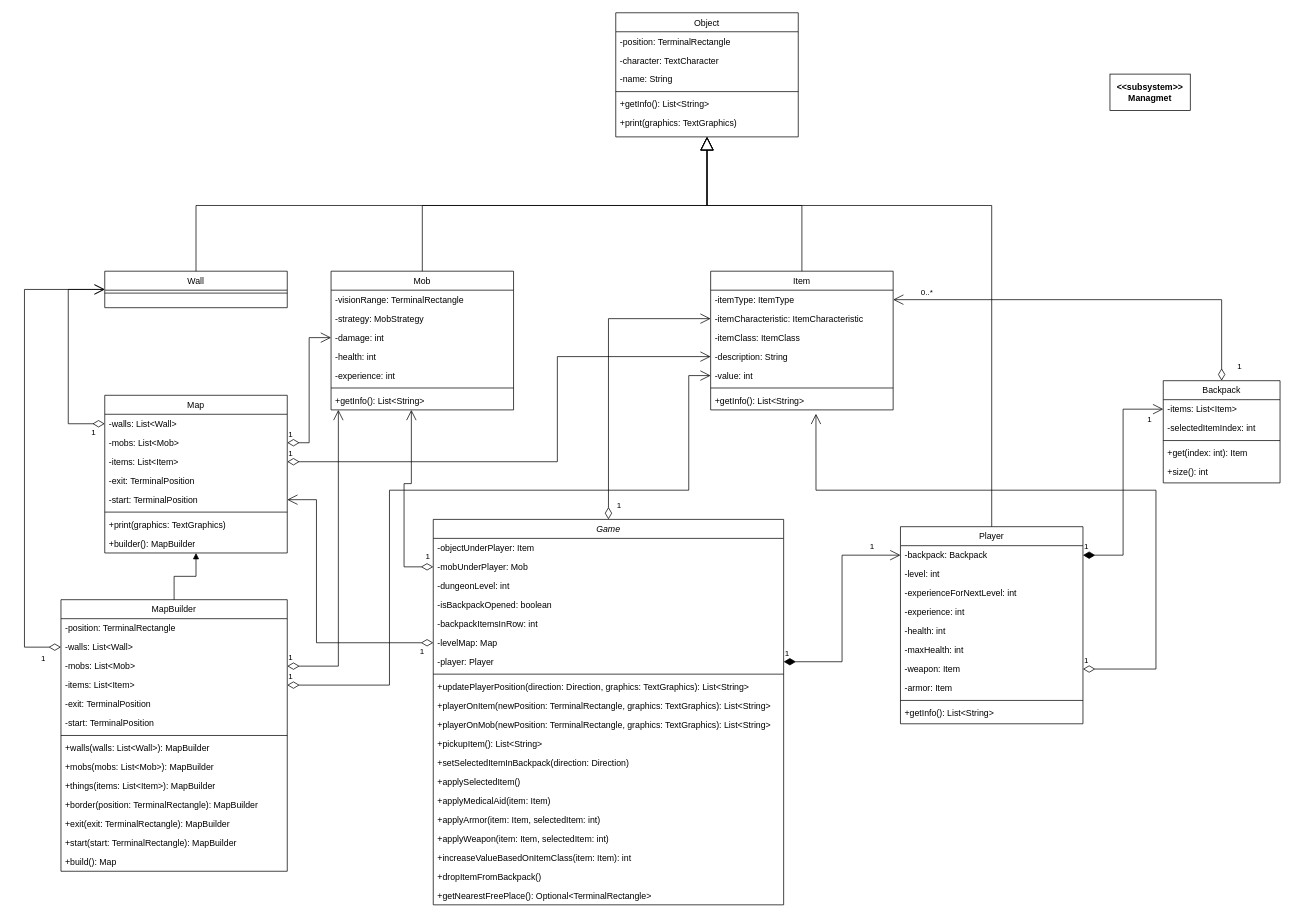
This is diagrams/class_logic.drawio from MeganDorian/Roguelike, a draw.io file, before an edit. Source tidied: cells renumbered, new cells numbered last; positions are measured from the earlier drawing's top-left corner, leaving out a move shared by most shapes. Both pictures are drawn from the tidied source at 73%, with x=0, y=0 at pixel (24, 12).
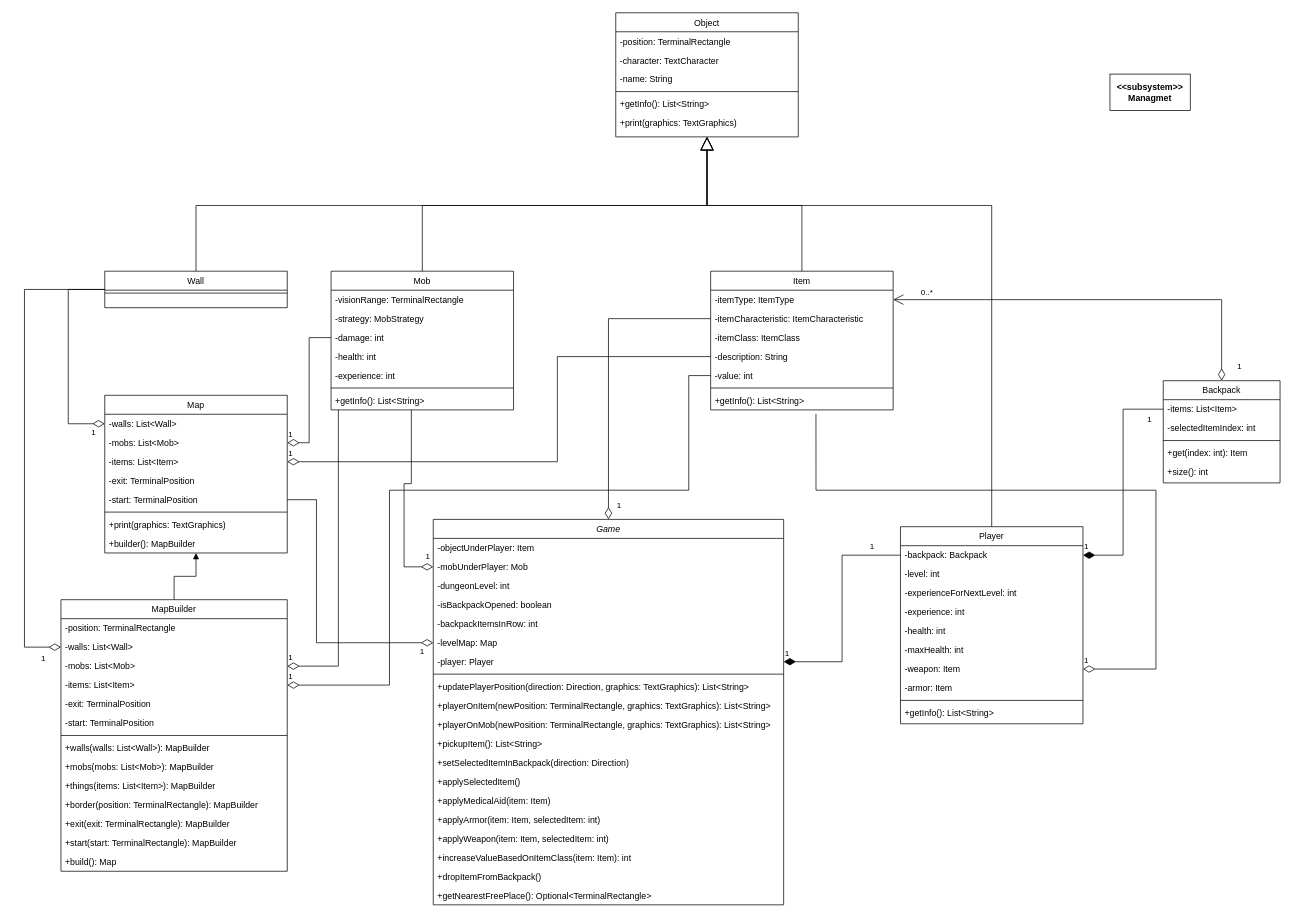
Above is the later version.

Commit message (it also covers changes not shown here):
docs: update class diagram

Unchanged cells that the change refers to:
```xml
<mxCell id="2" value="Game" style="swimlane;fontStyle=2;align=center;verticalAlign=top;horizontal=1;startSize=26;rounded=0;shadow=0;strokeWidth=1;" parent="1" vertex="1">
  <mxGeometry x="560" y="694" width="480" height="528" as="geometry" />
</mxCell>
<mxCell id="4" value="-mobUnderPlayer: Mob" style="text;align=left;verticalAlign=top;spacingLeft=4;spacingRight=4;overflow=hidden;points=[[0,0.5],[1,0.5]];portConstraint=eastwest;rounded=0;shadow=0;html=0;" parent="2" vertex="1">
  <mxGeometry y="52" width="480" height="26" as="geometry" />
</mxCell>
<mxCell id="8" value="-levelMap: Map" style="text;align=left;verticalAlign=top;spacingLeft=4;spacingRight=4;overflow=hidden;points=[[0,0.5],[1,0.5]];portConstraint=eastwest;rounded=0;shadow=0;html=0;" parent="2" vertex="1">
  <mxGeometry y="156" width="480" height="26" as="geometry" />
</mxCell>
<mxCell id="9" value="-player: Player" style="text;align=left;verticalAlign=top;spacingLeft=4;spacingRight=4;overflow=hidden;points=[[0,0.5],[1,0.5]];portConstraint=eastwest;" parent="2" vertex="1">
  <mxGeometry y="182" width="480" height="26" as="geometry" />
</mxCell>
<mxCell id="25" value="-itemCharacteristic: ItemCharacteristic" style="text;align=left;verticalAlign=top;spacingLeft=4;spacingRight=4;overflow=hidden;points=[[0,0.5],[1,0.5]];portConstraint=eastwest;rounded=0;shadow=0;html=0;" parent="23" vertex="1">
  <mxGeometry y="52" width="250" height="26" as="geometry" />
</mxCell>
<mxCell id="27" value="-description: String" style="text;align=left;verticalAlign=top;spacingLeft=4;spacingRight=4;overflow=hidden;points=[[0,0.5],[1,0.5]];portConstraint=eastwest;rounded=0;shadow=0;html=0;" parent="23" vertex="1">
  <mxGeometry y="104" width="250" height="26" as="geometry" />
</mxCell>
<mxCell id="28" value="-value: int" style="text;align=left;verticalAlign=top;spacingLeft=4;spacingRight=4;overflow=hidden;points=[[0,0.5],[1,0.5]];portConstraint=eastwest;rounded=0;shadow=0;html=0;" parent="23" vertex="1">
  <mxGeometry y="130" width="250" height="26" as="geometry" />
</mxCell>
<mxCell id="30" value="+getInfo(): List&lt;String&gt;" style="text;align=left;verticalAlign=top;spacingLeft=4;spacingRight=4;overflow=hidden;points=[[0,0.5],[1,0.5]];portConstraint=eastwest;" parent="23" vertex="1">
  <mxGeometry y="164" width="250" height="26" as="geometry" />
</mxCell>
<mxCell id="32" value="-backpack: Backpack" style="text;align=left;verticalAlign=top;spacingLeft=4;spacingRight=4;overflow=hidden;points=[[0,0.5],[1,0.5]];portConstraint=eastwest;" parent="31" vertex="1">
  <mxGeometry y="26" width="250" height="26" as="geometry" />
</mxCell>
<mxCell id="38" value="-weapon: Item" style="text;align=left;verticalAlign=top;spacingLeft=4;spacingRight=4;overflow=hidden;points=[[0,0.5],[1,0.5]];portConstraint=eastwest;" parent="31" vertex="1">
  <mxGeometry y="182" width="250" height="26" as="geometry" />
</mxCell>
<mxCell id="43" value="-items: List&lt;Item&gt;" style="text;align=left;verticalAlign=top;spacingLeft=4;spacingRight=4;overflow=hidden;points=[[0,0.5],[1,0.5]];portConstraint=eastwest;" parent="42" vertex="1">
  <mxGeometry y="26" width="160" height="26" as="geometry" />
</mxCell>
<mxCell id="65" value="Mob" style="swimlane;fontStyle=0;align=center;verticalAlign=top;horizontal=1;startSize=26;rounded=0;shadow=0;strokeWidth=1;" parent="1" vertex="1">
  <mxGeometry x="420" y="354" width="250" height="190" as="geometry" />
</mxCell>
<mxCell id="68" value="-damage: int" style="text;align=left;verticalAlign=top;spacingLeft=4;spacingRight=4;overflow=hidden;points=[[0,0.5],[1,0.5]];portConstraint=eastwest;rounded=0;shadow=0;html=0;" parent="65" vertex="1">
  <mxGeometry y="78" width="250" height="26" as="geometry" />
</mxCell>
<mxCell id="75" value="Wall" style="swimlane;fontStyle=0;align=center;verticalAlign=top;horizontal=1;startSize=26;rounded=0;shadow=0;strokeWidth=1;" parent="1" vertex="1">
  <mxGeometry x="110" y="354" width="250" height="50" as="geometry" />
</mxCell>
<mxCell id="79" value="-walls: List&lt;Wall&gt;" style="text;align=left;verticalAlign=top;spacingLeft=4;spacingRight=4;overflow=hidden;points=[[0,0.5],[1,0.5]];portConstraint=eastwest;" parent="78" vertex="1">
  <mxGeometry y="26" width="250" height="26" as="geometry" />
</mxCell>
<mxCell id="80" value="-mobs: List&lt;Mob&gt;" style="text;align=left;verticalAlign=top;spacingLeft=4;spacingRight=4;overflow=hidden;points=[[0,0.5],[1,0.5]];portConstraint=eastwest;rounded=0;shadow=0;html=0;" parent="78" vertex="1">
  <mxGeometry y="52" width="250" height="26" as="geometry" />
</mxCell>
<mxCell id="81" value="-items: List&lt;Item&gt;" style="text;align=left;verticalAlign=top;spacingLeft=4;spacingRight=4;overflow=hidden;points=[[0,0.5],[1,0.5]];portConstraint=eastwest;rounded=0;shadow=0;html=0;" parent="78" vertex="1">
  <mxGeometry y="78" width="250" height="26" as="geometry" />
</mxCell>
<mxCell id="83" value="-start: TerminalPosition" style="text;align=left;verticalAlign=top;spacingLeft=4;spacingRight=4;overflow=hidden;points=[[0,0.5],[1,0.5]];portConstraint=eastwest;rounded=0;shadow=0;html=0;" parent="78" vertex="1">
  <mxGeometry y="130" width="250" height="26" as="geometry" />
</mxCell>
<mxCell id="90" value="-walls: List&lt;Wall&gt;" style="text;align=left;verticalAlign=top;spacingLeft=4;spacingRight=4;overflow=hidden;points=[[0,0.5],[1,0.5]];portConstraint=eastwest;" parent="88" vertex="1">
  <mxGeometry y="52" width="310" height="26" as="geometry" />
</mxCell>
<mxCell id="91" value="-mobs: List&lt;Mob&gt;" style="text;align=left;verticalAlign=top;spacingLeft=4;spacingRight=4;overflow=hidden;points=[[0,0.5],[1,0.5]];portConstraint=eastwest;rounded=0;shadow=0;html=0;" parent="88" vertex="1">
  <mxGeometry y="78" width="310" height="26" as="geometry" />
</mxCell>
<mxCell id="92" value="-items: List&lt;Item&gt;" style="text;align=left;verticalAlign=top;spacingLeft=4;spacingRight=4;overflow=hidden;points=[[0,0.5],[1,0.5]];portConstraint=eastwest;rounded=0;shadow=0;html=0;" parent="88" vertex="1">
  <mxGeometry y="104" width="310" height="26" as="geometry" />
</mxCell>
```

What changed in the source:
```diff
@@
-    <mxCell id="48" value="1" style="endArrow=open;html=1;endSize=12;startArrow=diamondThin;startSize=14;startFill=1;edgeStyle=orthogonalEdgeStyle;align=left;verticalAlign=bottom;rounded=0;exitX=1;exitY=0.5;exitDx=0;exitDy=0;" parent="1" edge="1" source="9" target="32">
+    <mxCell id="48" value="1" style="endArrow=none;html=1;endSize=12;startArrow=diamondThin;startSize=14;startFill=1;edgeStyle=orthogonalEdgeStyle;align=left;verticalAlign=bottom;rounded=0;exitX=1;exitY=0.5;exitDx=0;exitDy=0;endFill=0;" parent="1" edge="1" source="9" target="32">
       <mxGeometry x="-1" y="3" relative="1" as="geometry" />
     </mxCell>
@@
-    <mxCell id="50" value="1" style="endArrow=open;html=1;endSize=12;startArrow=diamondThin;startSize=14;startFill=1;edgeStyle=orthogonalEdgeStyle;align=left;verticalAlign=bottom;rounded=0;exitX=1;exitY=0.5;exitDx=0;exitDy=0;entryX=0;entryY=0.5;entryDx=0;entryDy=0;" parent="1" edge="1" source="32" target="43">
+    <mxCell id="50" value="1" style="endArrow=none;html=1;endSize=12;startArrow=diamondThin;startSize=14;startFill=1;edgeStyle=orthogonalEdgeStyle;align=left;verticalAlign=bottom;rounded=0;exitX=1;exitY=0.5;exitDx=0;exitDy=0;entryX=0;entryY=0.5;entryDx=0;entryDy=0;endFill=0;" parent="1" edge="1" source="32" target="43">
       <mxGeometry x="-1" y="3" relative="1" as="geometry" />
     </mxCell>
@@
-    <mxCell id="54" value="1" style="endArrow=open;html=1;endSize=12;startArrow=diamondThin;startSize=14;startFill=0;edgeStyle=orthogonalEdgeStyle;align=left;verticalAlign=bottom;rounded=0;exitX=1;exitY=0.5;exitDx=0;exitDy=0;entryX=0.577;entryY=1.205;entryDx=0;entryDy=0;entryPerimeter=0;" parent="1" edge="1" source="38" target="30">
+    <mxCell id="54" value="1" style="endArrow=none;html=1;endSize=12;startArrow=diamondThin;startSize=14;startFill=0;edgeStyle=orthogonalEdgeStyle;align=left;verticalAlign=bottom;rounded=0;exitX=1;exitY=0.5;exitDx=0;exitDy=0;entryX=0.577;entryY=1.205;entryDx=0;entryDy=0;entryPerimeter=0;endFill=0;" parent="1" edge="1" source="38" target="30">
       <mxGeometry x="-1" y="3" relative="1" as="geometry">
         <Array as="points">
           <mxPoint x="1550" y="899" />
           <mxPoint x="1550" y="654" />
           <mxPoint x="1084" y="654" />
         </Array>
       </mxGeometry>
     </mxCell>
-    <mxCell id="55" value="1" style="endArrow=open;html=1;endSize=12;startArrow=diamondThin;startSize=14;startFill=0;edgeStyle=orthogonalEdgeStyle;align=left;verticalAlign=bottom;rounded=0;entryX=0;entryY=0.5;entryDx=0;entryDy=0;" parent="1" edge="1" source="2" target="25">
+    <mxCell id="55" value="1" style="endArrow=none;html=1;endSize=12;startArrow=diamondThin;startSize=14;startFill=0;edgeStyle=orthogonalEdgeStyle;align=left;verticalAlign=bottom;rounded=0;entryX=0;entryY=0.5;entryDx=0;entryDy=0;endFill=0;" parent="1" edge="1" source="2" target="25">
       <mxGeometry x="-0.95" y="-10" relative="1" as="geometry" />
     </mxCell>
@@
-    <mxCell id="73" value="1" style="endArrow=open;html=1;endSize=12;startArrow=diamondThin;startSize=14;startFill=0;edgeStyle=orthogonalEdgeStyle;align=left;verticalAlign=bottom;rounded=0;exitX=0;exitY=0.5;exitDx=0;exitDy=0;" parent="1" edge="1" source="4">
+    <mxCell id="73" value="1" style="endArrow=none;html=1;endSize=12;startArrow=diamondThin;startSize=14;startFill=0;edgeStyle=orthogonalEdgeStyle;align=left;verticalAlign=bottom;rounded=0;exitX=0;exitY=0.5;exitDx=0;exitDy=0;endFill=0;" parent="1" edge="1" source="4">
       <mxGeometry x="-0.9" y="-5" relative="1" as="geometry">
         <mxPoint x="530" y="544" as="targetPoint" />
         <Array as="points">
           <mxPoint x="520" y="759" />
           <mxPoint x="520" y="645" />
           <mxPoint x="530" y="645" />
         </Array>
         <mxPoint x="1" as="offset" />
       </mxGeometry>
     </mxCell>
@@
-    <mxCell id="87" value="1" style="endArrow=open;html=1;endSize=12;startArrow=diamondThin;startSize=14;startFill=0;edgeStyle=orthogonalEdgeStyle;align=left;verticalAlign=bottom;rounded=0;exitX=1;exitY=0.5;exitDx=0;exitDy=0;entryX=0;entryY=0.5;entryDx=0;entryDy=0;" parent="1" edge="1" source="81" target="27">
+    <mxCell id="87" value="1" style="endArrow=none;html=1;endSize=12;startArrow=diamondThin;startSize=14;startFill=0;edgeStyle=orthogonalEdgeStyle;align=left;verticalAlign=bottom;rounded=0;exitX=1;exitY=0.5;exitDx=0;exitDy=0;entryX=0;entryY=0.5;entryDx=0;entryDy=0;endFill=0;" parent="1" edge="1" source="81" target="27">
       <mxGeometry x="-1" y="3" relative="1" as="geometry">
         <Array as="points">
           <mxPoint x="730" y="615" />
           <mxPoint x="730" y="471" />
         </Array>
       </mxGeometry>
     </mxCell>
@@
-    <mxCell id="104" value="1" style="endArrow=open;html=1;endSize=12;startArrow=diamondThin;startSize=14;startFill=0;edgeStyle=orthogonalEdgeStyle;align=left;verticalAlign=bottom;rounded=0;entryX=1;entryY=0.5;entryDx=0;entryDy=0;exitX=0;exitY=0.5;exitDx=0;exitDy=0;" parent="1" edge="1" source="8" target="83">
+    <mxCell id="104" value="1" style="endArrow=none;html=1;endSize=12;startArrow=diamondThin;startSize=14;startFill=0;edgeStyle=orthogonalEdgeStyle;align=left;verticalAlign=bottom;rounded=0;entryX=1;entryY=0.5;entryDx=0;entryDy=0;exitX=0;exitY=0.5;exitDx=0;exitDy=0;endFill=0;" parent="1" edge="1" source="8" target="83">
       <mxGeometry x="-0.9" y="21" relative="1" as="geometry">
         <Array as="points">
           <mxPoint x="400" y="863" />
           <mxPoint x="400" y="667" />
         </Array>
       </mxGeometry>
     </mxCell>
-    <mxCell id="105" value="1" style="endArrow=open;html=1;endSize=12;startArrow=diamondThin;startSize=14;startFill=0;edgeStyle=orthogonalEdgeStyle;align=left;verticalAlign=bottom;rounded=0;entryX=0;entryY=0.5;entryDx=0;entryDy=0;exitX=0;exitY=0.5;exitDx=0;exitDy=0;" parent="1" edge="1" source="79" target="75">
+    <mxCell id="105" value="1" style="endArrow=none;html=1;endSize=12;startArrow=diamondThin;startSize=14;startFill=0;edgeStyle=orthogonalEdgeStyle;align=left;verticalAlign=bottom;rounded=0;entryX=0;entryY=0.5;entryDx=0;entryDy=0;exitX=0;exitY=0.5;exitDx=0;exitDy=0;endFill=0;" parent="1" edge="1" source="79" target="75">
       <mxGeometry x="-0.86" y="21" relative="1" as="geometry">
         <Array as="points">
           <mxPoint x="60" y="563" />
           <mxPoint x="60" y="379" />
         </Array>
       </mxGeometry>
     </mxCell>
-    <mxCell id="106" value="1" style="endArrow=open;html=1;endSize=12;startArrow=diamondThin;startSize=14;startFill=0;edgeStyle=orthogonalEdgeStyle;align=left;verticalAlign=bottom;rounded=0;exitX=1;exitY=0.5;exitDx=0;exitDy=0;entryX=0;entryY=0.5;entryDx=0;entryDy=0;" parent="1" edge="1" source="80" target="68">
+    <mxCell id="106" value="1" style="endArrow=none;html=1;endSize=12;startArrow=diamondThin;startSize=14;startFill=0;edgeStyle=orthogonalEdgeStyle;align=left;verticalAlign=bottom;rounded=0;exitX=1;exitY=0.5;exitDx=0;exitDy=0;entryX=0;entryY=0.5;entryDx=0;entryDy=0;endFill=0;" parent="1" edge="1" source="80" target="68">
       <mxGeometry x="-1" y="3" relative="1" as="geometry" />
     </mxCell>
-    <mxCell id="107" value="1" style="endArrow=open;html=1;endSize=12;startArrow=diamondThin;startSize=14;startFill=0;edgeStyle=orthogonalEdgeStyle;align=left;verticalAlign=bottom;rounded=0;exitX=0;exitY=0.5;exitDx=0;exitDy=0;entryX=0;entryY=0.5;entryDx=0;entryDy=0;" parent="1" edge="1" source="90" target="75">
+    <mxCell id="107" value="1" style="endArrow=none;html=1;endSize=12;startArrow=diamondThin;startSize=14;startFill=0;edgeStyle=orthogonalEdgeStyle;align=left;verticalAlign=bottom;rounded=0;exitX=0;exitY=0.5;exitDx=0;exitDy=0;entryX=0;entryY=0.5;entryDx=0;entryDy=0;endFill=0;" parent="1" edge="1" source="90" target="75">
       <mxGeometry x="-0.91" y="25" relative="1" as="geometry">
         <Array as="points">
           <mxPoint y="869" />
           <mxPoint y="379" />
         </Array>
       </mxGeometry>
     </mxCell>
-    <mxCell id="108" value="1" style="endArrow=open;html=1;endSize=12;startArrow=diamondThin;startSize=14;startFill=0;edgeStyle=orthogonalEdgeStyle;align=left;verticalAlign=bottom;rounded=0;exitX=1;exitY=0.5;exitDx=0;exitDy=0;" parent="1" edge="1" source="91" target="65">
+    <mxCell id="108" value="1" style="endArrow=none;html=1;endSize=12;startArrow=diamondThin;startSize=14;startFill=0;edgeStyle=orthogonalEdgeStyle;align=left;verticalAlign=bottom;rounded=0;exitX=1;exitY=0.5;exitDx=0;exitDy=0;endFill=0;" parent="1" edge="1" source="91" target="65">
       <mxGeometry x="-1" y="3" relative="1" as="geometry">
         <Array as="points">
           <mxPoint x="430" y="895" />
         </Array>
       </mxGeometry>
     </mxCell>
-    <mxCell id="109" value="1" style="endArrow=open;html=1;endSize=12;startArrow=diamondThin;startSize=14;startFill=0;edgeStyle=orthogonalEdgeStyle;align=left;verticalAlign=bottom;rounded=0;exitX=1;exitY=0.5;exitDx=0;exitDy=0;entryX=0;entryY=0.5;entryDx=0;entryDy=0;" parent="1" edge="1" source="92" target="28">
+    <mxCell id="109" value="1" style="endArrow=none;html=1;endSize=12;startArrow=diamondThin;startSize=14;startFill=0;edgeStyle=orthogonalEdgeStyle;align=left;verticalAlign=bottom;rounded=0;exitX=1;exitY=0.5;exitDx=0;exitDy=0;entryX=0;entryY=0.5;entryDx=0;entryDy=0;endFill=0;" parent="1" edge="1" source="92" target="28">
       <mxGeometry x="-1" y="3" relative="1" as="geometry">
         <Array as="points">
           <mxPoint x="500" y="921" />
           <mxPoint x="500" y="654" />
           <mxPoint x="910" y="654" />
           <mxPoint x="910" y="497" />
         </Array>
       </mxGeometry>
     </mxCell>
```
